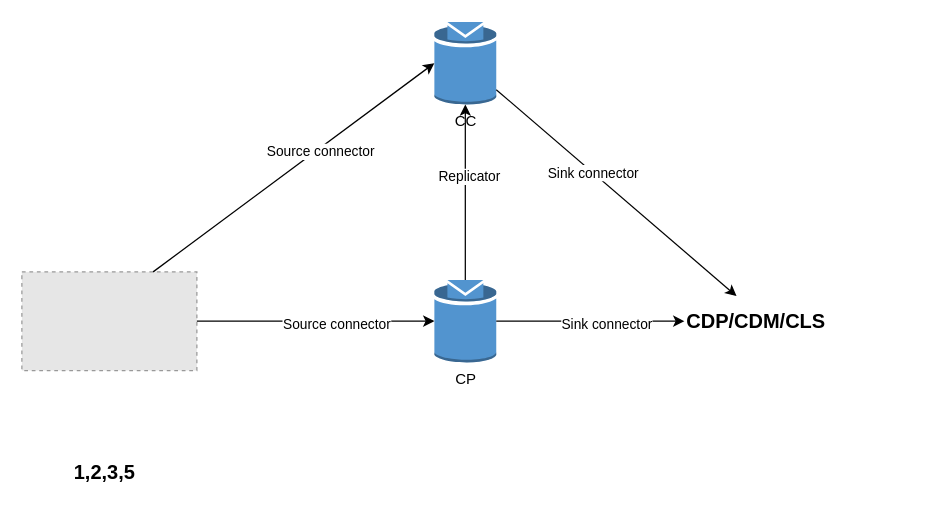
Before: page "Page-3" (3 of 3) of HK_DDaS_CLS_Diagram.drawio in highzheng/Arhi_Diagrams, a draw.io diagram. Source tidied: cells renumbered, new cells numbered last; positions are measured from the earlier drawing's top-left corner, leaving out a move shared by most shapes. Both pictures are drawn from the tidied source at 125%, with x=0, y=0 at pixel (21, 21). Pictures stored in the file or linked from it are replaced by grey dashed boxes.
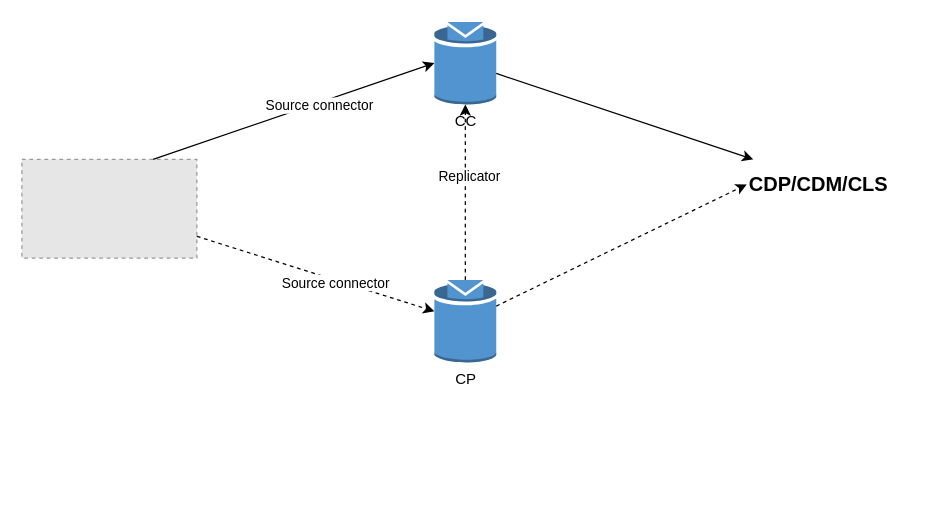
Above is the later version.

What changed in the source:
```diff
@@
 <mxGraphModel>
   <root>
     <mxCell id="0" />
     <mxCell id="1" parent="0" />
     <mxCell id="2" value="CC" style="outlineConnect=0;dashed=0;verticalLabelPosition=bottom;verticalAlign=top;align=center;html=1;shape=mxgraph.aws3.topic;fillColor=#5294CF;gradientColor=none;" parent="1" vertex="1">
       <mxGeometry x="330" width="49.5" height="66" as="geometry" />
     </mxCell>
     <mxCell id="3" value="CP" style="outlineConnect=0;dashed=0;verticalLabelPosition=bottom;verticalAlign=top;align=center;html=1;shape=mxgraph.aws3.topic;fillColor=#5294CF;gradientColor=none;" parent="1" vertex="1">
       <mxGeometry x="330" y="206.4" width="49.5" height="66" as="geometry" />
     </mxCell>
     <mxCell id="4" style="fillColor=#E6E6E6;strokeColor=#999999;dashed=1;verticalLabelPosition=bottom;labelBackgroundColor=default;verticalAlign=top;" parent="1" vertex="1">
-      <mxGeometry y="200" width="140" height="78.9" as="geometry" />
+      <mxGeometry y="110" width="140" height="78.9" as="geometry" />
     </mxCell>
-    <mxCell id="5" style="endArrow=classic;html=1;rounded=0;" parent="1" edge="1" source="4" target="3">
+    <mxCell id="5" style="endArrow=classic;html=1;rounded=0;dashed=1;" parent="1" edge="1" source="4" target="3">
       <mxGeometry relative="1" as="geometry" />
     </mxCell>
     <mxCell id="6" value="Source connector" style="edgeLabel;html=1;align=center;verticalAlign=middle;" parent="5" vertex="1">
       <mxGeometry x="0.17" y="-3" relative="1" as="geometry">
         <mxPoint y="-1" as="offset" />
       </mxGeometry>
     </mxCell>
     <mxCell id="7" value="&lt;b&gt;&lt;font style=&quot;font-size: 16px;&quot;&gt;CDP/CDM/CLS&lt;br&gt;&lt;/font&gt;&lt;/b&gt;" style="text;align=left;html=1;verticalAlign=middle;whiteSpace=wrap;rounded=0;" parent="1" vertex="1">
-      <mxGeometry x="530" y="219.4" width="130" height="40" as="geometry" />
+      <mxGeometry x="580" y="110" width="130" height="40" as="geometry" />
     </mxCell>
     <mxCell id="8" style="endArrow=classic;html=1;rounded=0;" parent="1" edge="1" source="2" target="7">
       <mxGeometry relative="1" as="geometry" />
     </mxCell>
-    <mxCell id="9" value="Sink connector" style="edgeLabel;html=1;align=center;verticalAlign=middle;" parent="8" vertex="1">
-      <mxGeometry x="-0.2" relative="1" as="geometry" />
-    </mxCell>
     <mxCell id="10" style="endArrow=classic;html=1;rounded=0;exitX=0.75;exitY=0;exitDx=0;exitDy=0;entryX=0;entryY=0.5;entryDx=0;entryDy=0;entryPerimeter=0;" parent="1" edge="1" source="4" target="2">
       <mxGeometry relative="1" as="geometry" />
     </mxCell>
     <mxCell id="11" value="Source connector" style="edgeLabel;html=1;align=center;verticalAlign=middle;" parent="10" vertex="1">
       <mxGeometry x="0.17" y="-3" relative="1" as="geometry">
         <mxPoint y="-1" as="offset" />
       </mxGeometry>
     </mxCell>
-    <mxCell id="12" style="endArrow=classic;html=1;rounded=0;" parent="1" edge="1" source="3" target="2">
+    <mxCell id="12" style="endArrow=classic;html=1;rounded=0;dashed=1;" parent="1" edge="1" source="3" target="2">
       <mxGeometry relative="1" as="geometry" />
     </mxCell>
     <mxCell id="13" value="Replicator" style="edgeLabel;html=1;align=center;verticalAlign=middle;" parent="12" vertex="1">
       <mxGeometry x="0.17" y="-3" relative="1" as="geometry">
         <mxPoint y="-1" as="offset" />
       </mxGeometry>
     </mxCell>
-    <mxCell id="14" style="endArrow=classic;html=1;rounded=0;entryX=0;entryY=0.5;entryDx=0;entryDy=0;" parent="1" edge="1" source="3" target="7">
+    <mxCell id="14" style="endArrow=classic;html=1;rounded=0;entryX=0;entryY=0.5;entryDx=0;entryDy=0;dashed=1;" parent="1" edge="1" source="3" target="7">
       <mxGeometry relative="1" as="geometry" />
     </mxCell>
-    <mxCell id="15" value="Sink connector" style="edgeLabel;html=1;align=center;verticalAlign=middle;" parent="14" vertex="1">
-      <mxGeometry x="0.17" y="-3" relative="1" as="geometry">
-        <mxPoint y="-1" as="offset" />
-      </mxGeometry>
-    </mxCell>
-    <mxCell id="16" value="&lt;b&gt;&lt;font style=&quot;font-size: 16px;&quot;&gt;1,2,3,5&lt;br&gt;&lt;/font&gt;&lt;/b&gt;" style="text;align=left;html=1;verticalAlign=middle;whiteSpace=wrap;rounded=0;" parent="1" vertex="1">
-      <mxGeometry x="40" y="340" width="550" height="40" as="geometry" />
-    </mxCell>
   </root>
 </mxGraphModel>
```
